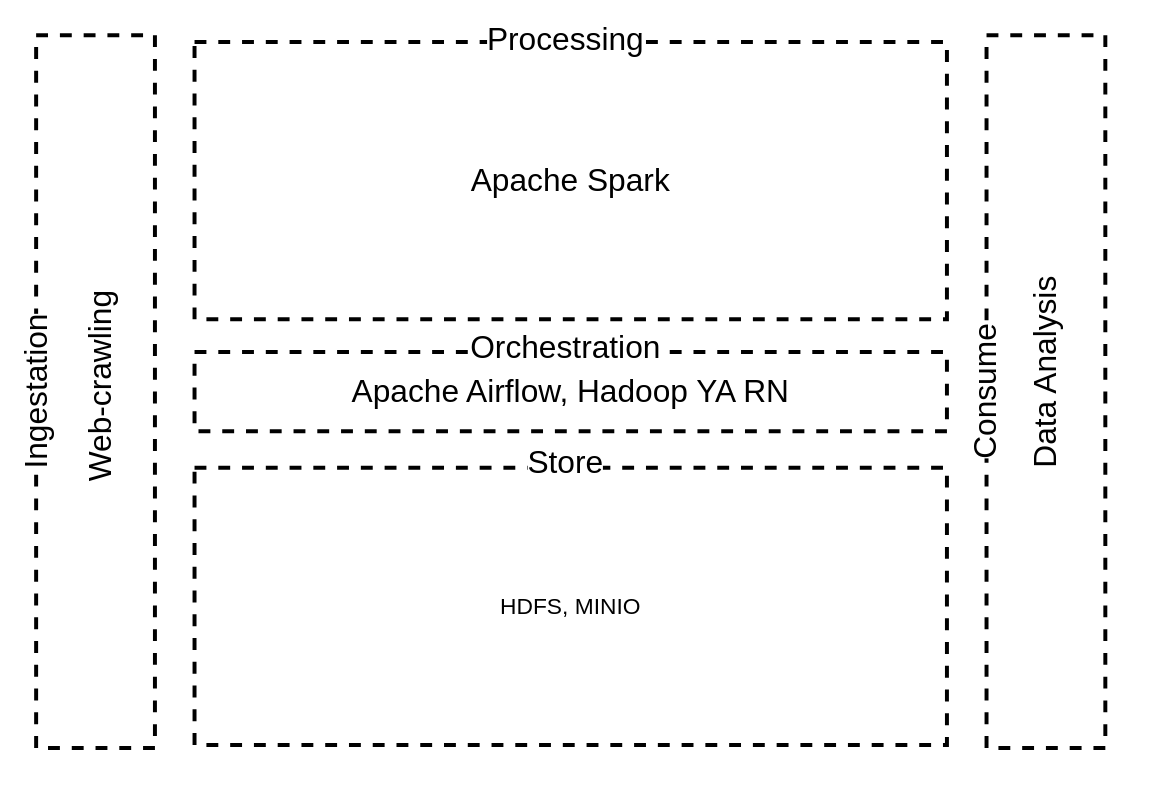
Above: Architecture.drawio in stejul/RealEstateEngineering (draw.io), before the change. Source tidied: cells renumbered, new cells numbered last; positions are measured from the earlier drawing's top-left corner, leaving out a move shared by most shapes. Both pictures are drawn from the tidied source at 99%, with x=0, y=0 at pixel (-4, 24).
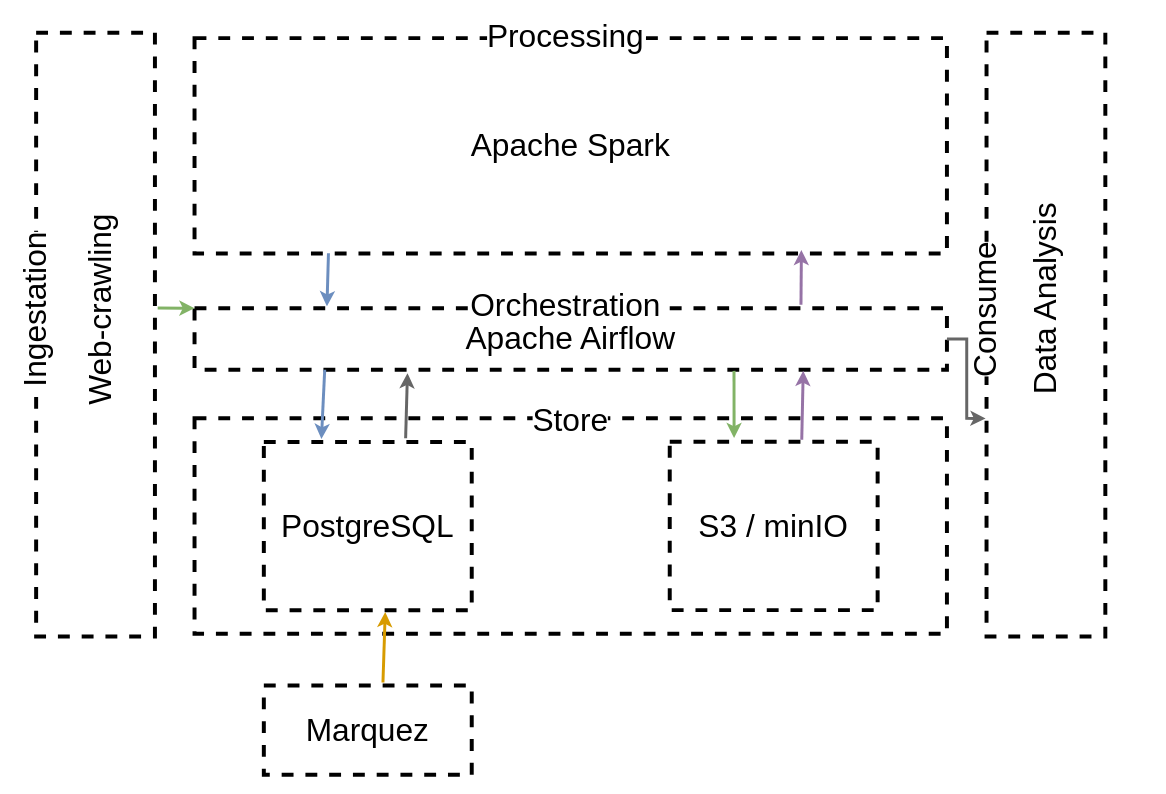
After the change.

Commit message (it also covers changes not shown here):
feat: improve architecture

Diff of the diagram source:
```diff
@@
+    <mxCell id="19" style="group;" parent="1" vertex="1">
+      <mxGeometry x="25" width="1140" height="618.5" as="geometry" />
+    </mxCell>
-    <mxCell id="2" style="group;" parent="1" vertex="1">
-      <mxGeometry x="25" y="11" width="195" height="720" as="geometry" />
+    <mxCell id="2" style="group;" parent="19" vertex="1">
+      <mxGeometry y="8.5" width="195" height="610" as="geometry" />
     </mxCell>
     <mxCell id="3" style="rounded=0;whiteSpace=wrap;html=1;fillColor=none;dashed=1;strokeWidth=4;" parent="2" vertex="1">
-      <mxGeometry x="15" width="120" height="720" as="geometry" />
+      <mxGeometry x="15" width="120" height="610" as="geometry" />
     </mxCell>
     <mxCell id="4" value="&lt;font style=&quot;background-color: rgb(255 , 255 , 255) ; font-size: 32px&quot;&gt;Ingestation&lt;/font&gt;" style="text;html=1;strokeColor=none;fillColor=none;align=center;verticalAlign=middle;whiteSpace=wrap;rounded=0;dashed=1;rotation=-90;" parent="2" vertex="1">
-      <mxGeometry x="-15" y="345" width="60" height="30" as="geometry" />
+      <mxGeometry x="-15" y="268.1" width="60" height="23.3" as="geometry" />
     </mxCell>
     <mxCell id="5" value="Web-crawling" style="text;html=1;align=center;verticalAlign=middle;strokeColor=none;fillColor=none;fontSize=32;rotation=270;" parent="2" vertex="1">
-      <mxGeometry x="-25" y="335" width="210" height="40" as="geometry" />
+      <mxGeometry x="-25" y="260.3" width="210" height="40" as="geometry" />
     </mxCell>
-    <mxCell id="6" style="group;" parent="1" vertex="1">
-      <mxGeometry x="200" y="428" width="760" height="300" as="geometry" />
+    <mxCell id="6" style="group;" parent="19" vertex="1">
+      <mxGeometry x="175" y="332.6" width="760" height="259.2" as="geometry" />
     </mxCell>
-    <mxCell id="7" value="&lt;font style=&quot;font-size: 23px&quot;&gt;HDFS, MINIO&lt;/font&gt;" style="rounded=0;whiteSpace=wrap;html=1;fillColor=none;dashed=1;strokeWidth=4;" parent="6" vertex="1">
-      <mxGeometry y="20" width="760" height="280" as="geometry" />
+    <mxCell id="7" style="rounded=0;whiteSpace=wrap;html=1;fillColor=none;dashed=1;strokeWidth=4;" parent="6" vertex="1">
+      <mxGeometry y="65.4" width="760" height="217.6" as="geometry" />
     </mxCell>
     <mxCell id="8" value="Store" style="text;html=1;strokeColor=none;fillColor=none;align=center;verticalAlign=middle;whiteSpace=wrap;rounded=0;dashed=1;labelBackgroundColor=#FFFFFF;fontSize=32;" parent="6" vertex="1">
-      <mxGeometry x="345" width="60" height="30" as="geometry" />
+      <mxGeometry x="350" y="55.4" width="60" height="23.3" as="geometry" />
     </mxCell>
-    <mxCell id="9" style="group;" parent="1" vertex="1">
-      <mxGeometry x="200" y="312" width="760" height="99" as="geometry" />
+    <mxCell id="9" style="group;" parent="6" vertex="1">
+      <mxGeometry y="-60.6" width="760" height="76.9" as="geometry" />
     </mxCell>
-    <mxCell id="10" value="&lt;font style=&quot;font-size: 32px&quot;&gt;Apache Airflow, Hadoop YA RN&lt;/font&gt;" style="rounded=0;whiteSpace=wrap;html=1;fillColor=none;dashed=1;strokeWidth=4;" parent="9" vertex="1">
-      <mxGeometry y="19" width="760" height="80" as="geometry" />
+    <mxCell id="10" value="&lt;font style=&quot;font-size: 32px&quot;&gt;Apache Airflow&lt;/font&gt;" style="rounded=0;whiteSpace=wrap;html=1;fillColor=none;dashed=1;strokeWidth=4;" parent="9" vertex="1">
+      <mxGeometry y="14.8" width="760" height="62.2" as="geometry" />
     </mxCell>
     <mxCell id="11" value="Orchestration" style="text;html=1;strokeColor=none;fillColor=none;align=center;verticalAlign=middle;whiteSpace=wrap;rounded=0;dashed=1;labelBackgroundColor=#FFFFFF;fontSize=32;" parent="9" vertex="1">
-      <mxGeometry x="345" width="60" height="30" as="geometry" />
+      <mxGeometry x="345" width="60" height="23.3" as="geometry" />
     </mxCell>
+    <mxCell id="20" value="&lt;font style=&quot;font-size: 32px&quot;&gt;S3 / minIO&lt;/font&gt;" style="rounded=0;whiteSpace=wrap;html=1;fillColor=none;dashed=1;strokeWidth=4;" parent="6" vertex="1">
+      <mxGeometry x="480" y="89.2" width="210" height="170" as="geometry" />
+    </mxCell>
+    <mxCell id="21" style="endArrow=classic;html=1;rounded=0;fontSize=32;exitX=0.717;exitY=1.018;exitDx=0;exitDy=0;exitPerimeter=0;strokeWidth=3;fillColor=#d5e8d4;strokeColor=#82b366;" parent="6" edge="1" source="10">
+      <mxGeometry relative="1" as="geometry">
+        <mxPoint x="545" y="85.4" as="targetPoint" />
+      </mxGeometry>
+    </mxCell>
+    <mxCell id="22" style="endArrow=classic;html=1;rounded=0;fontSize=32;strokeWidth=3;entryX=0.809;entryY=1.018;entryDx=0;entryDy=0;entryPerimeter=0;exitX=0.635;exitY=-0.012;exitDx=0;exitDy=0;exitPerimeter=0;fillColor=#e1d5e7;strokeColor=#9673a6;" parent="6" edge="1" source="20" target="10">
+      <mxGeometry relative="1" as="geometry" />
+    </mxCell>
+    <mxCell id="23" style="endArrow=classic;html=1;rounded=0;fontSize=32;strokeWidth=3;entryX=0.277;entryY=-0.018;entryDx=0;entryDy=0;entryPerimeter=0;exitX=0.178;exitY=0.999;exitDx=0;exitDy=0;exitPerimeter=0;fillColor=#dae8fc;strokeColor=#6c8ebf;" parent="6" edge="1" target="28">
+      <mxGeometry relative="1" as="geometry">
+        <mxPoint x="131.5" y="16.4" as="sourcePoint" />
+      </mxGeometry>
+    </mxCell>
-    <mxCell id="12" style="group;" parent="1" vertex="1">
-      <mxGeometry x="200" width="760" height="298" as="geometry" />
+    <mxCell id="12" style="group;" parent="19" vertex="1">
+      <mxGeometry x="175" width="760" height="231.6" as="geometry" />
     </mxCell>
     <mxCell id="13" value="&lt;font style=&quot;font-size: 32px&quot;&gt;Apache Spark&lt;/font&gt;" style="rounded=0;whiteSpace=wrap;html=1;fillColor=none;dashed=1;strokeWidth=4;" parent="12" vertex="1">
-      <mxGeometry y="18" width="760" height="280" as="geometry" />
+      <mxGeometry y="14" width="760" height="217.6" as="geometry" />
     </mxCell>
     <mxCell id="14" value="Processing" style="text;html=1;strokeColor=none;fillColor=none;align=center;verticalAlign=middle;whiteSpace=wrap;rounded=0;dashed=1;labelBackgroundColor=#FFFFFF;fontSize=32;" parent="12" vertex="1">
-      <mxGeometry x="345" width="60" height="30" as="geometry" />
+      <mxGeometry x="345" width="60" height="23.3" as="geometry" />
     </mxCell>
-    <mxCell id="15" style="group;" parent="1" vertex="1">
-      <mxGeometry x="984" y="11" width="181" height="720" as="geometry" />
+    <mxCell id="15" style="group;" parent="19" vertex="1">
+      <mxGeometry x="959" y="8.5" width="181" height="610" as="geometry" />
     </mxCell>
     <mxCell id="16" style="rounded=0;whiteSpace=wrap;html=1;fillColor=none;dashed=1;strokeWidth=4;" parent="15" vertex="1">
-      <mxGeometry x="16" width="120" height="720" as="geometry" />
+      <mxGeometry x="16" width="120" height="610" as="geometry" />
     </mxCell>
     <mxCell id="17" value="&lt;font style=&quot;background-color: rgb(255 , 255 , 255) ; font-size: 32px&quot;&gt;Consume&lt;/font&gt;" style="text;html=1;strokeColor=none;fillColor=none;align=center;verticalAlign=middle;whiteSpace=wrap;rounded=0;dashed=1;rotation=-90;" parent="15" vertex="1">
-      <mxGeometry x="-15" y="345" width="60" height="30" as="geometry" />
+      <mxGeometry x="-15" y="268.1" width="60" height="23.3" as="geometry" />
     </mxCell>
     <mxCell id="18" value="Data Analysis" style="text;html=1;align=center;verticalAlign=middle;strokeColor=none;fillColor=none;fontSize=32;rotation=270;" parent="15" vertex="1">
-      <mxGeometry x="-29" y="321" width="210" height="40" as="geometry" />
+      <mxGeometry x="-29" y="249.4" width="210" height="40" as="geometry" />
     </mxCell>
+    <mxCell id="24" style="endArrow=classic;html=1;rounded=0;fontSize=32;entryX=0;entryY=0;entryDx=0;entryDy=0;exitX=1.023;exitY=0.456;exitDx=0;exitDy=0;exitPerimeter=0;strokeWidth=3;fillColor=#d5e8d4;strokeColor=#82b366;" parent="19" edge="1" source="3" target="10">
+      <mxGeometry relative="1" as="geometry" />
+    </mxCell>
+    <mxCell id="25" style="endArrow=classic;html=1;rounded=0;fontSize=32;strokeWidth=3;exitX=0.806;exitY=-0.055;exitDx=0;exitDy=0;exitPerimeter=0;fillColor=#e1d5e7;strokeColor=#9673a6;" parent="19" edge="1" source="10">
+      <mxGeometry relative="1" as="geometry">
+        <mxPoint x="788" y="228" as="targetPoint" />
+      </mxGeometry>
+    </mxCell>
+    <mxCell id="26" style="endArrow=classic;html=1;rounded=0;fontSize=32;strokeWidth=3;entryX=0.176;entryY=-0.03;entryDx=0;entryDy=0;entryPerimeter=0;exitX=0.178;exitY=0.999;exitDx=0;exitDy=0;exitPerimeter=0;fillColor=#dae8fc;strokeColor=#6c8ebf;" parent="19" edge="1" source="13" target="10">
+      <mxGeometry relative="1" as="geometry" />
+    </mxCell>
+    <mxCell id="27" style="endArrow=classic;html=1;rounded=0;fontSize=32;strokeWidth=3;exitX=1;exitY=0.5;exitDx=0;exitDy=0;entryX=-0.008;entryY=0.639;entryDx=0;entryDy=0;entryPerimeter=0;fillColor=#f5f5f5;strokeColor=#666666;" parent="19" edge="1" source="10" target="16">
+      <mxGeometry relative="1" as="geometry">
+        <Array as="points">
+          <mxPoint x="955" y="318" />
+          <mxPoint x="955" y="398" />
+        </Array>
+      </mxGeometry>
+    </mxCell>
+    <mxCell id="28" value="&lt;font style=&quot;font-size: 32px&quot;&gt;PostgreSQL&lt;/font&gt;" style="rounded=0;whiteSpace=wrap;html=1;fillColor=none;dashed=1;strokeWidth=4;" parent="1" vertex="1">
+      <mxGeometry x="270" y="422" width="210" height="170" as="geometry" />
+    </mxCell>
+    <mxCell id="29" value="&lt;font style=&quot;font-size: 32px&quot;&gt;Marquez&lt;/font&gt;" style="rounded=0;whiteSpace=wrap;html=1;fillColor=none;dashed=1;strokeWidth=4;" parent="1" vertex="1">
+      <mxGeometry x="270" y="668" width="210" height="90" as="geometry" />
+    </mxCell>
+    <mxCell id="30" style="endArrow=classic;html=1;rounded=0;fontSize=32;strokeWidth=3;entryX=0.584;entryY=1.01;entryDx=0;entryDy=0;entryPerimeter=0;exitX=0.573;exitY=-0.034;exitDx=0;exitDy=0;exitPerimeter=0;fillColor=#ffe6cc;strokeColor=#d79b00;" parent="1" edge="1" source="29" target="28">
+      <mxGeometry relative="1" as="geometry" />
+    </mxCell>
+    <mxCell id="31" style="endArrow=classic;html=1;rounded=0;fontSize=32;strokeWidth=3;entryX=0.283;entryY=1.055;entryDx=0;entryDy=0;entryPerimeter=0;exitX=0.682;exitY=-0.022;exitDx=0;exitDy=0;exitPerimeter=0;fillColor=#f5f5f5;strokeColor=#666666;" parent="1" edge="1" source="28" target="10">
+      <mxGeometry relative="1" as="geometry" />
+    </mxCell>
```
